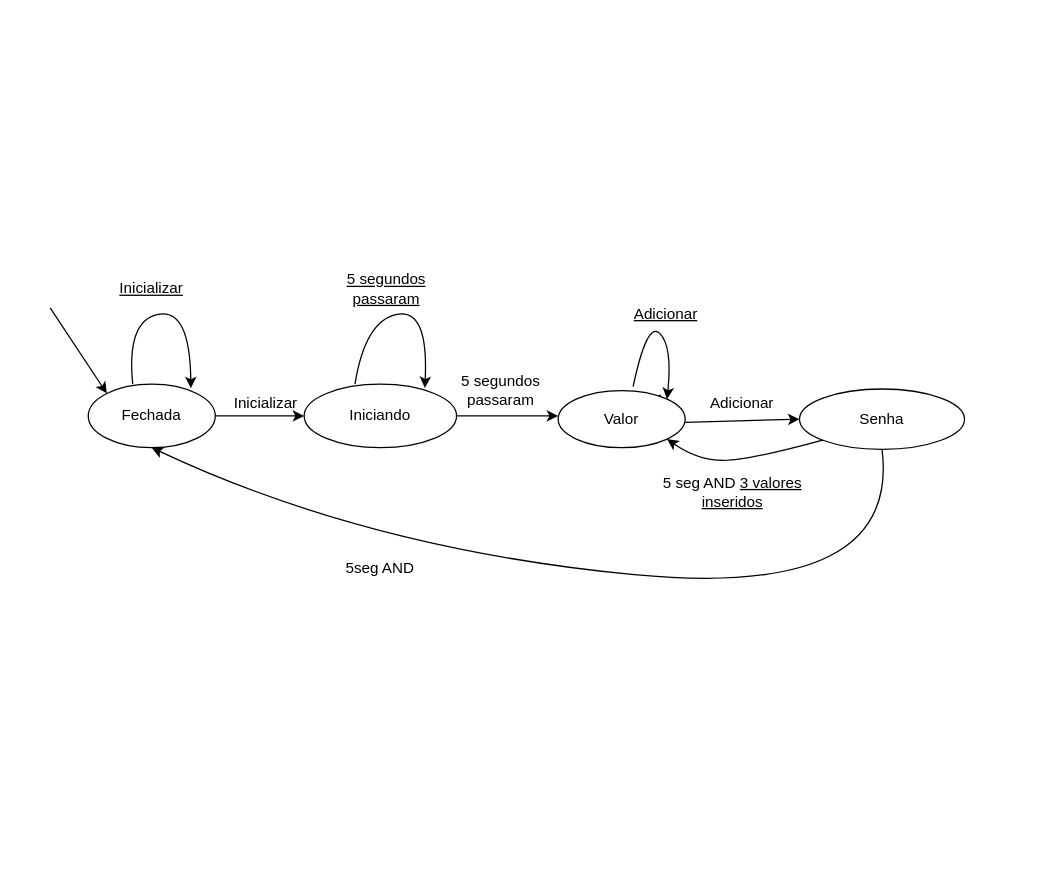
pedroManuelP/Projeto_03_CircuitosDigitais keeps this draw.io diagram as MDE_Proj03.drawio. Above is the earlier version. Source tidied: cells renumbered, new cells numbered last; positions are measured from the earlier drawing's top-left corner, leaving out a move shared by most shapes. Both pictures are drawn from the tidied source at 127%, with x=0, y=0 at pixel (50, 269).
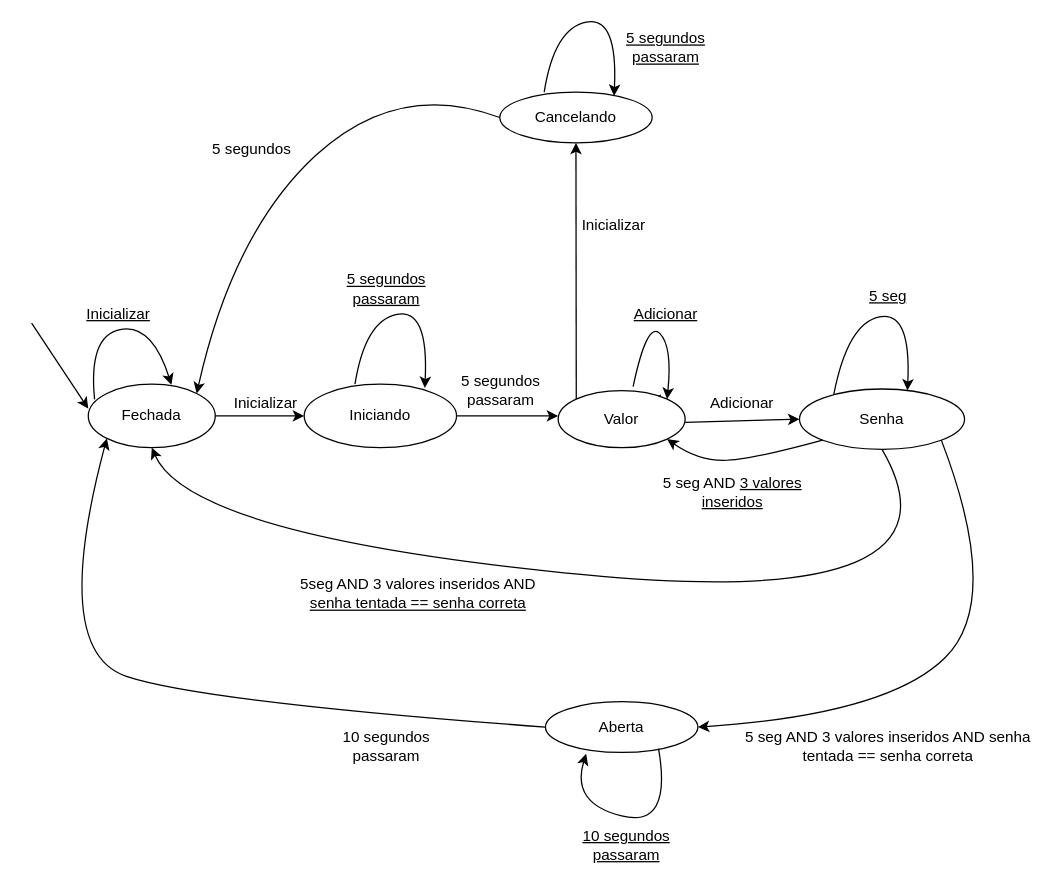
The same page after the edit.

Unchanged cells that the change refers to:
```xml
<mxCell id="2" value="Fechada" style="ellipse;whiteSpace=wrap;html=1;" parent="1" vertex="1">
  <mxGeometry x="30" y="90" width="100" height="50" as="geometry" />
</mxCell>
<mxCell id="18" value="Valor" style="ellipse;whiteSpace=wrap;html=1;" parent="1" vertex="1">
  <mxGeometry x="400" y="95" width="100" height="45" as="geometry" />
</mxCell>
<mxCell id="19" value="Senha" style="ellipse;whiteSpace=wrap;html=1;" parent="1" vertex="1">
  <mxGeometry x="590" y="93.8" width="130" height="47.5" as="geometry" />
</mxCell>
```

The edit, as a diff of the source:
```diff
@@
-    <mxCell id="3" style="endArrow=classic;html=1;rounded=0;entryX=0;entryY=0;entryDx=0;entryDy=0;" parent="1" edge="1" target="2">
+    <mxCell id="3" style="endArrow=classic;html=1;rounded=0;entryX=0;entryY=0;entryDx=0;entryDy=0;" parent="1" edge="1">
       <mxGeometry relative="1" as="geometry">
-        <mxPoint y="30" as="sourcePoint" />
+        <mxPoint x="-14.6" y="42" as="sourcePoint" />
+        <mxPoint x="30" y="109.3" as="targetPoint" />
       </mxGeometry>
     </mxCell>
-    <mxCell id="4" style="curved=1;endArrow=classic;html=1;rounded=0;exitX=0.35;exitY=0;exitDx=0;exitDy=0;exitPerimeter=0;entryX=0.808;entryY=0.063;entryDx=0;entryDy=0;entryPerimeter=0;" parent="1" edge="1" source="2" target="2">
+    <mxCell id="4" style="curved=1;endArrow=classic;html=1;rounded=0;exitX=0.35;exitY=0;exitDx=0;exitDy=0;exitPerimeter=0;entryX=0.655;entryY=0.011;entryDx=0;entryDy=0;entryPerimeter=0;" parent="1" edge="1" target="2">
       <mxGeometry relative="1" as="geometry">
+        <mxPoint x="35" y="102" as="sourcePoint" />
         <Array as="points">
-          <mxPoint x="60" y="40" />
-          <mxPoint x="110" y="30" />
+          <mxPoint x="30" y="52" />
+          <mxPoint x="80" y="42" />
         </Array>
       </mxGeometry>
     </mxCell>
     <mxCell id="5" value="&lt;u&gt;Inicializar&lt;/u&gt;" style="text;html=1;align=center;verticalAlign=middle;whiteSpace=wrap;rounded=0;" parent="1" vertex="1">
-      <mxGeometry x="50" width="60" height="30" as="geometry" />
+      <mxGeometry x="24" y="20" width="60" height="30" as="geometry" />
     </mxCell>
@@
     <mxCell id="22" style="curved=1;endArrow=classic;html=1;rounded=0;exitX=0.5;exitY=1;exitDx=0;exitDy=0;entryX=0.5;entryY=1;entryDx=0;entryDy=0;" parent="1" edge="1" source="19" target="2">
       <mxGeometry relative="1" as="geometry">
         <Array as="points">
-          <mxPoint x="670" y="260" />
-          <mxPoint x="250" y="220" />
+          <mxPoint x="730" y="270" />
+          <mxPoint x="110" y="210" />
         </Array>
       </mxGeometry>
     </mxCell>
-    <mxCell id="23" value="5seg AND " style="text;html=1;align=center;verticalAlign=middle;whiteSpace=wrap;rounded=0;" parent="1" vertex="1">
-      <mxGeometry x="230" y="220" width="60" height="30" as="geometry" />
+    <mxCell id="23" value="5seg AND 3 valores inseridos AND &lt;u&gt;senha tentada == senha correta&lt;/u&gt; " style="text;html=1;align=center;verticalAlign=middle;whiteSpace=wrap;rounded=0;" parent="1" vertex="1">
+      <mxGeometry x="190" y="240" width="200" height="30" as="geometry" />
     </mxCell>
+    <mxCell id="24" value="&lt;u&gt;5 seg&lt;/u&gt;" style="text;html=1;align=center;verticalAlign=middle;whiteSpace=wrap;rounded=0;" parent="1" vertex="1">
+      <mxGeometry x="600" width="120" height="42" as="geometry" />
+    </mxCell>
+    <mxCell id="25" style="curved=1;endArrow=classic;html=1;rounded=0;exitX=0.208;exitY=0.089;exitDx=0;exitDy=0;exitPerimeter=0;entryX=0.808;entryY=0.063;entryDx=0;entryDy=0;entryPerimeter=0;" parent="1" edge="1" source="19">
+      <mxGeometry relative="1" as="geometry">
+        <mxPoint x="675" y="95" as="targetPoint" />
+        <Array as="points">
+          <mxPoint x="628" y="42" />
+          <mxPoint x="678" y="32" />
+        </Array>
+      </mxGeometry>
+    </mxCell>
+    <mxCell id="26" value="&lt;div&gt;Aberta&lt;/div&gt;" style="ellipse;whiteSpace=wrap;html=1;" parent="1" vertex="1">
+      <mxGeometry x="390" y="340" width="120" height="40" as="geometry" />
+    </mxCell>
+    <mxCell id="27" style="curved=1;endArrow=classic;html=1;rounded=0;exitX=1;exitY=1;exitDx=0;exitDy=0;entryX=1;entryY=0.5;entryDx=0;entryDy=0;" parent="1" edge="1" source="19" target="26">
+      <mxGeometry relative="1" as="geometry">
+        <Array as="points">
+          <mxPoint x="750" y="260" />
+          <mxPoint x="660" y="350" />
+        </Array>
+      </mxGeometry>
+    </mxCell>
+    <mxCell id="28" value="5 seg AND 3 valores inseridos AND senha tentada == senha correta" style="text;html=1;align=center;verticalAlign=middle;whiteSpace=wrap;rounded=0;" parent="1" vertex="1">
+      <mxGeometry x="545" y="360" width="230" height="30" as="geometry" />
+    </mxCell>
+    <mxCell id="29" style="curved=1;endArrow=classic;html=1;rounded=0;exitX=0.742;exitY=0.925;exitDx=0;exitDy=0;exitPerimeter=0;entryX=0.267;entryY=1.025;entryDx=0;entryDy=0;entryPerimeter=0;" parent="1" edge="1" source="26" target="26">
+      <mxGeometry relative="1" as="geometry">
+        <Array as="points">
+          <mxPoint x="490" y="440" />
+          <mxPoint x="410" y="420" />
+        </Array>
+      </mxGeometry>
+    </mxCell>
+    <mxCell id="30" value="&lt;u&gt;10 segundos passaram&lt;/u&gt;" style="text;html=1;align=center;verticalAlign=middle;whiteSpace=wrap;rounded=0;" parent="1" vertex="1">
+      <mxGeometry x="404" y="435" width="100" height="35" as="geometry" />
+    </mxCell>
+    <mxCell id="31" style="curved=1;endArrow=classic;html=1;rounded=0;exitX=0;exitY=0.5;exitDx=0;exitDy=0;entryX=0;entryY=1;entryDx=0;entryDy=0;" parent="1" edge="1" source="26" target="2">
+      <mxGeometry relative="1" as="geometry">
+        <Array as="points">
+          <mxPoint x="120" y="340" />
+          <mxPoint y="300" />
+        </Array>
+      </mxGeometry>
+    </mxCell>
+    <mxCell id="32" value="10 segundos passaram" style="text;html=1;align=center;verticalAlign=middle;whiteSpace=wrap;rounded=0;" parent="1" vertex="1">
+      <mxGeometry x="220" y="360" width="90" height="30" as="geometry" />
+    </mxCell>
+    <mxCell id="33" value="Cancelando" style="ellipse;whiteSpace=wrap;html=1;" parent="1" vertex="1">
+      <mxGeometry x="354" y="-140" width="120" height="40" as="geometry" />
+    </mxCell>
+    <mxCell id="34" style="endArrow=classic;html=1;rounded=0;exitX=0;exitY=0;exitDx=0;exitDy=0;entryX=0.5;entryY=1;entryDx=0;entryDy=0;" parent="1" edge="1" source="18" target="33">
+      <mxGeometry relative="1" as="geometry" />
+    </mxCell>
+    <mxCell id="35" style="curved=1;endArrow=classic;html=1;rounded=0;exitX=0;exitY=0.5;exitDx=0;exitDy=0;entryX=1;entryY=0;entryDx=0;entryDy=0;" parent="1" edge="1" source="33" target="2">
+      <mxGeometry relative="1" as="geometry">
+        <Array as="points">
+          <mxPoint x="274" y="-150" />
+          <mxPoint x="144" y="-30" />
+        </Array>
+      </mxGeometry>
+    </mxCell>
+    <mxCell id="36" value="5 segundos" style="text;html=1;align=center;verticalAlign=middle;whiteSpace=wrap;rounded=0;" parent="1" vertex="1">
+      <mxGeometry x="124" y="-110" width="70" height="30" as="geometry" />
+    </mxCell>
+    <mxCell id="37" value="&lt;u&gt;5 segundos passaram&lt;/u&gt;" style="text;html=1;align=center;verticalAlign=middle;whiteSpace=wrap;rounded=0;" parent="1" vertex="1">
+      <mxGeometry x="450" y="-190" width="70" height="30" as="geometry" />
+    </mxCell>
+    <mxCell id="38" style="curved=1;endArrow=classic;html=1;rounded=0;exitX=0.35;exitY=0;exitDx=0;exitDy=0;exitPerimeter=0;entryX=0.808;entryY=0.063;entryDx=0;entryDy=0;entryPerimeter=0;" parent="1" edge="1">
+      <mxGeometry relative="1" as="geometry">
+        <mxPoint x="389" y="-140" as="sourcePoint" />
+        <mxPoint x="444" y="-137" as="targetPoint" />
+        <Array as="points">
+          <mxPoint x="397" y="-190" />
+          <mxPoint x="447" y="-200" />
+        </Array>
+      </mxGeometry>
+    </mxCell>
+    <mxCell id="39" value="Inicializar" style="text;html=1;align=center;verticalAlign=middle;whiteSpace=wrap;rounded=0;" parent="1" vertex="1">
+      <mxGeometry x="414" y="-50" width="60" height="30" as="geometry" />
+    </mxCell>
```
